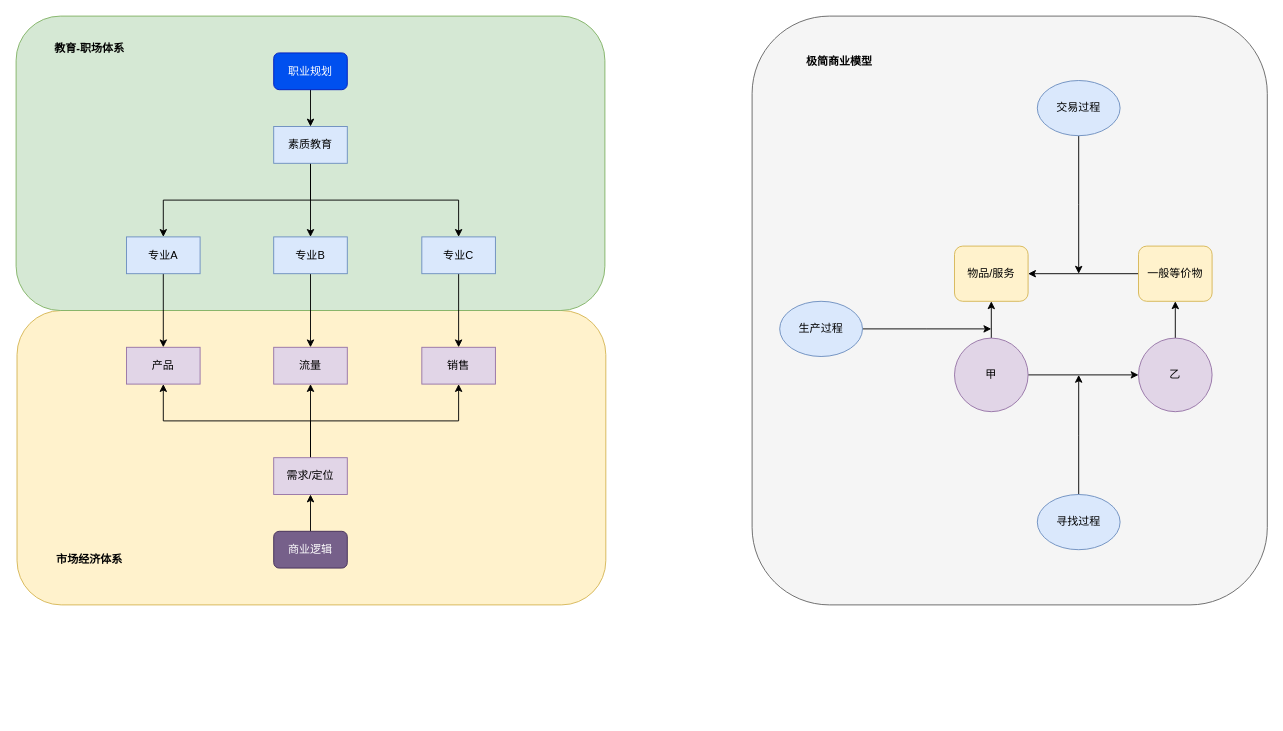
This is 转变.drawio from youyusan/life_system, a draw.io file, before an edit. Source tidied: cells renumbered, new cells numbered last; positions are measured from the earlier drawing's top-left corner, leaving out a move shared by most shapes. Both pictures are drawn from the tidied source at 92%, with x=0, y=0 at pixel (16, 16).
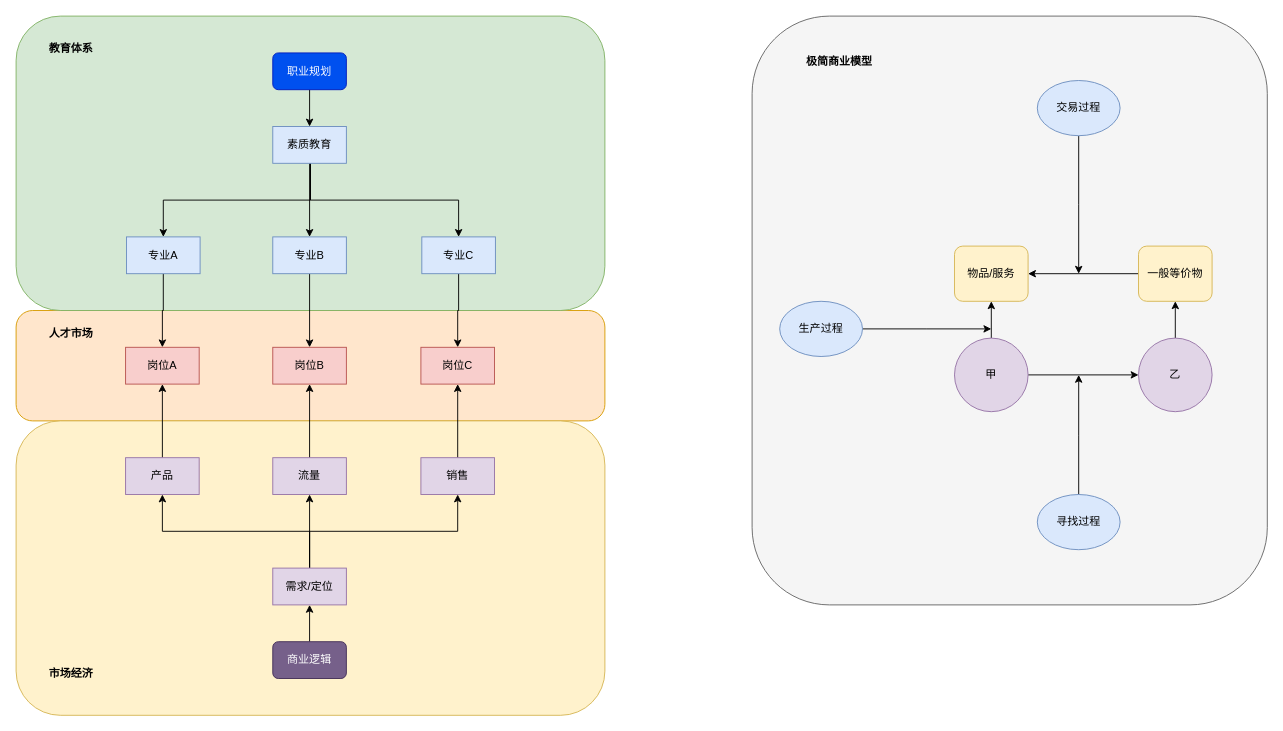
Above is the later version.

Unchanged cells that the change refers to:
```xml
<mxCell id="6" value="专业A" style="rounded=0;whiteSpace=wrap;html=1;fillColor=#dae8fc;strokeColor=#6c8ebf;" parent="1" vertex="1">
  <mxGeometry x="120" y="240" width="80" height="40" as="geometry" />
</mxCell>
<mxCell id="23" value="专业C" style="rounded=0;whiteSpace=wrap;html=1;fillColor=#dae8fc;strokeColor=#6c8ebf;" parent="1" vertex="1">
  <mxGeometry x="441" y="240" width="80" height="40" as="geometry" />
</mxCell>
```

Change to the diagram source:
```diff
@@
+    <mxCell id="43" style="rounded=1;whiteSpace=wrap;html=1;fillColor=#ffe6cc;strokeColor=#d79b00;" parent="1" vertex="1">
+      <mxGeometry y="320" width="640" height="120" as="geometry" />
+    </mxCell>
@@
     <mxCell id="3" style="rounded=1;whiteSpace=wrap;html=1;fillColor=#fff2cc;strokeColor=#d6b656;" parent="1" vertex="1">
-      <mxGeometry x="1" y="320" width="640" height="320" as="geometry" />
+      <mxGeometry y="440" width="640" height="320" as="geometry" />
     </mxCell>
@@
-    <mxCell id="5" style="edgeStyle=orthogonalEdgeStyle;rounded=0;jettySize=auto;html=1;" parent="1" edge="1" source="6" target="7">
-      <mxGeometry relative="1" as="geometry" />
-    </mxCell>
+    <mxCell id="44" style="edgeStyle=orthogonalEdgeStyle;rounded=0;jettySize=auto;html=1;entryX=0.5;entryY=0;entryDx=0;entryDy=0;" parent="1" edge="1" source="6" target="50">
+      <mxGeometry relative="1" as="geometry" />
+    </mxCell>
@@
+    <mxCell id="45" style="edgeStyle=orthogonalEdgeStyle;rounded=0;jettySize=auto;html=1;entryX=0.5;entryY=1;entryDx=0;entryDy=0;" parent="1" edge="1" source="7" target="50">
+      <mxGeometry relative="1" as="geometry" />
+    </mxCell>
     <mxCell id="7" value="产品" style="rounded=0;whiteSpace=wrap;html=1;fillColor=#e1d5e7;strokeColor=#9673a6;" parent="1" vertex="1">
-      <mxGeometry x="120" y="360" width="80" height="40" as="geometry" />
+      <mxGeometry x="119" y="480" width="80" height="40" as="geometry" />
     </mxCell>
     <mxCell id="8" style="edgeStyle=orthogonalEdgeStyle;rounded=0;jettySize=auto;html=1;entryX=0.5;entryY=1;entryDx=0;entryDy=0;" parent="1" edge="1" source="11" target="7">
       <mxGeometry relative="1" as="geometry">
         <Array as="points">
-          <mxPoint x="320" y="440" />
-          <mxPoint x="160" y="440" />
+          <mxPoint x="319" y="560" />
+          <mxPoint x="159" y="560" />
         </Array>
       </mxGeometry>
     </mxCell>
@@
     <mxCell id="10" style="edgeStyle=orthogonalEdgeStyle;rounded=0;jettySize=auto;html=1;" parent="1" edge="1" source="11" target="13">
       <mxGeometry relative="1" as="geometry">
         <Array as="points">
-          <mxPoint x="320" y="440" />
-          <mxPoint x="481" y="440" />
+          <mxPoint x="319" y="560" />
+          <mxPoint x="480" y="560" />
         </Array>
       </mxGeometry>
     </mxCell>
     <mxCell id="11" value="需求/定位" style="rounded=0;whiteSpace=wrap;html=1;fillColor=#e1d5e7;strokeColor=#9673a6;" parent="1" vertex="1">
-      <mxGeometry x="280" y="480" width="80" height="40" as="geometry" />
+      <mxGeometry x="279" y="600" width="80" height="40" as="geometry" />
     </mxCell>
+    <mxCell id="46" style="edgeStyle=orthogonalEdgeStyle;rounded=0;jettySize=auto;html=1;entryX=0.5;entryY=1;entryDx=0;entryDy=0;" parent="1" edge="1" source="12" target="51">
+      <mxGeometry relative="1" as="geometry" />
+    </mxCell>
     <mxCell id="12" value="流量" style="rounded=0;whiteSpace=wrap;html=1;fillColor=#e1d5e7;strokeColor=#9673a6;" parent="1" vertex="1">
-      <mxGeometry x="280" y="360" width="80" height="40" as="geometry" />
+      <mxGeometry x="279" y="480" width="80" height="40" as="geometry" />
     </mxCell>
+    <mxCell id="47" style="edgeStyle=orthogonalEdgeStyle;rounded=0;jettySize=auto;html=1;entryX=0.5;entryY=1;entryDx=0;entryDy=0;" parent="1" edge="1" source="13" target="52">
+      <mxGeometry relative="1" as="geometry" />
+    </mxCell>
     <mxCell id="13" value="销售" style="rounded=0;whiteSpace=wrap;html=1;fillColor=#e1d5e7;strokeColor=#9673a6;" parent="1" vertex="1">
-      <mxGeometry x="441" y="360" width="80" height="40" as="geometry" />
+      <mxGeometry x="440" y="480" width="80" height="40" as="geometry" />
     </mxCell>
@@
     <mxCell id="17" value="素质教育" style="rounded=0;whiteSpace=wrap;html=1;fillColor=#dae8fc;strokeColor=#6c8ebf;" parent="1" vertex="1">
-      <mxGeometry x="280" y="120" width="80" height="40" as="geometry" />
+      <mxGeometry x="279" y="120" width="80" height="40" as="geometry" />
     </mxCell>
@@
     <mxCell id="19" value="商业逻辑" style="rounded=1;whiteSpace=wrap;html=1;fillColor=#76608a;fontColor=#ffffff;strokeColor=#432D57;" parent="1" vertex="1">
-      <mxGeometry x="280" y="560" width="80" height="40" as="geometry" />
+      <mxGeometry x="279" y="680" width="80" height="40" as="geometry" />
     </mxCell>
-    <mxCell id="20" style="edgeStyle=orthogonalEdgeStyle;rounded=0;jettySize=auto;html=1;" parent="1" edge="1" source="21" target="12">
-      <mxGeometry relative="1" as="geometry" />
-    </mxCell>
+    <mxCell id="48" style="edgeStyle=orthogonalEdgeStyle;rounded=0;jettySize=auto;html=1;entryX=0.5;entryY=0;entryDx=0;entryDy=0;" parent="1" edge="1" source="21" target="51">
+      <mxGeometry relative="1" as="geometry" />
+    </mxCell>
     <mxCell id="21" value="专业B" style="rounded=0;whiteSpace=wrap;html=1;fillColor=#dae8fc;strokeColor=#6c8ebf;" parent="1" vertex="1">
-      <mxGeometry x="280" y="240" width="80" height="40" as="geometry" />
+      <mxGeometry x="279" y="240" width="80" height="40" as="geometry" />
     </mxCell>
-    <mxCell id="22" style="edgeStyle=orthogonalEdgeStyle;rounded=0;jettySize=auto;html=1;" parent="1" edge="1" source="23" target="13">
-      <mxGeometry relative="1" as="geometry" />
-    </mxCell>
+    <mxCell id="49" style="edgeStyle=orthogonalEdgeStyle;rounded=0;jettySize=auto;html=1;entryX=0.5;entryY=0;entryDx=0;entryDy=0;" parent="1" edge="1" source="23" target="52">
+      <mxGeometry relative="1" as="geometry" />
+    </mxCell>
@@
     <mxCell id="25" value="职业规划" style="rounded=1;whiteSpace=wrap;html=1;fillColor=#0050ef;strokeColor=#001DBC;fontColor=#ffffff;" parent="1" vertex="1">
-      <mxGeometry x="280" y="40" width="80" height="40" as="geometry" />
+      <mxGeometry x="279" y="40" width="80" height="40" as="geometry" />
     </mxCell>
-    <mxCell id="26" value="教育-职场体系" style="text;html=1;align=center;verticalAlign=middle;whiteSpace=wrap;rounded=0;fontStyle=1;" parent="1" vertex="1">
-      <mxGeometry x="30" y="20" width="100" height="30" as="geometry" />
+    <mxCell id="26" value="教育体系" style="text;html=1;align=center;verticalAlign=middle;whiteSpace=wrap;rounded=0;fontStyle=1;" parent="1" vertex="1">
+      <mxGeometry x="10" y="20" width="100" height="30" as="geometry" />
     </mxCell>
-    <mxCell id="27" value="市场经济体系" style="text;html=1;align=center;verticalAlign=middle;whiteSpace=wrap;rounded=0;fontStyle=1;" parent="1" vertex="1">
-      <mxGeometry x="30" y="576" width="100" height="30" as="geometry" />
+    <mxCell id="27" value="市场经济" style="text;html=1;align=center;verticalAlign=middle;whiteSpace=wrap;rounded=0;fontStyle=1;" parent="1" vertex="1">
+      <mxGeometry x="10" y="700" width="100" height="30" as="geometry" />
     </mxCell>
@@
+    <mxCell id="50" value="岗位A" style="rounded=0;whiteSpace=wrap;html=1;fillColor=#f8cecc;strokeColor=#b85450;" parent="1" vertex="1">
+      <mxGeometry x="119" y="360" width="80" height="40" as="geometry" />
+    </mxCell>
+    <mxCell id="51" value="岗位B" style="rounded=0;whiteSpace=wrap;html=1;fillColor=#f8cecc;strokeColor=#b85450;" parent="1" vertex="1">
+      <mxGeometry x="279" y="360" width="80" height="40" as="geometry" />
+    </mxCell>
+    <mxCell id="52" value="岗位C" style="rounded=0;whiteSpace=wrap;html=1;fillColor=#f8cecc;strokeColor=#b85450;" parent="1" vertex="1">
+      <mxGeometry x="440" y="360" width="80" height="40" as="geometry" />
+    </mxCell>
+    <mxCell id="53" value="人才市场" style="text;html=1;align=center;verticalAlign=middle;whiteSpace=wrap;rounded=0;fontStyle=1;" parent="1" vertex="1">
+      <mxGeometry x="10" y="330" width="100" height="30" as="geometry" />
+    </mxCell>
```
